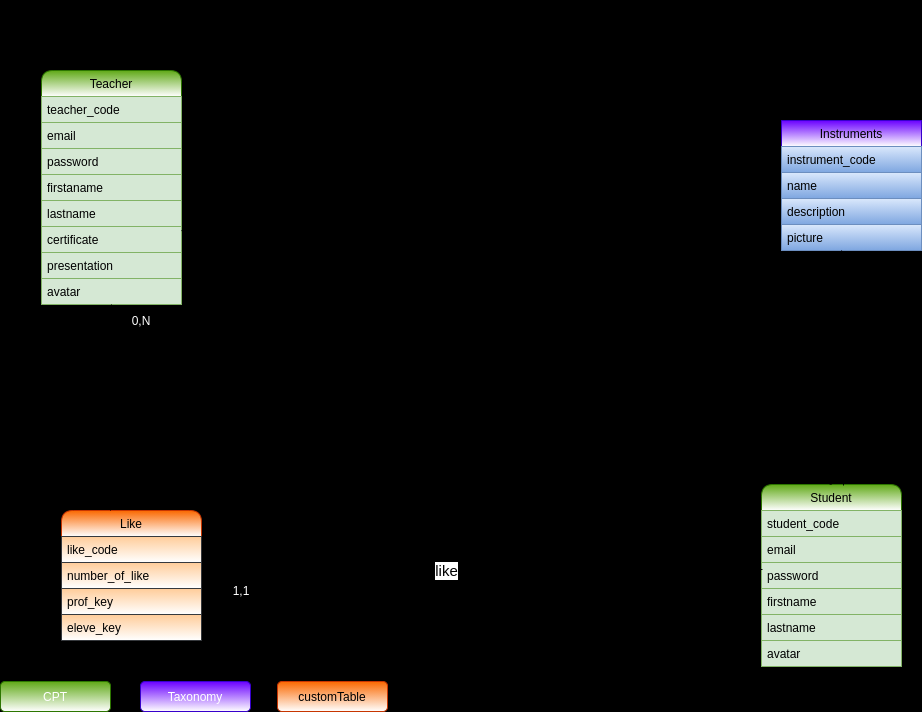
Earlier version of the draw.io export _documentation/mcd.drawio.png (Brewalan74/InstrumentalForMe). Source tidied: cells renumbered, new cells last; positions are measured from the earlier drawing's top-left corner, leaving out a move shared by most shapes.
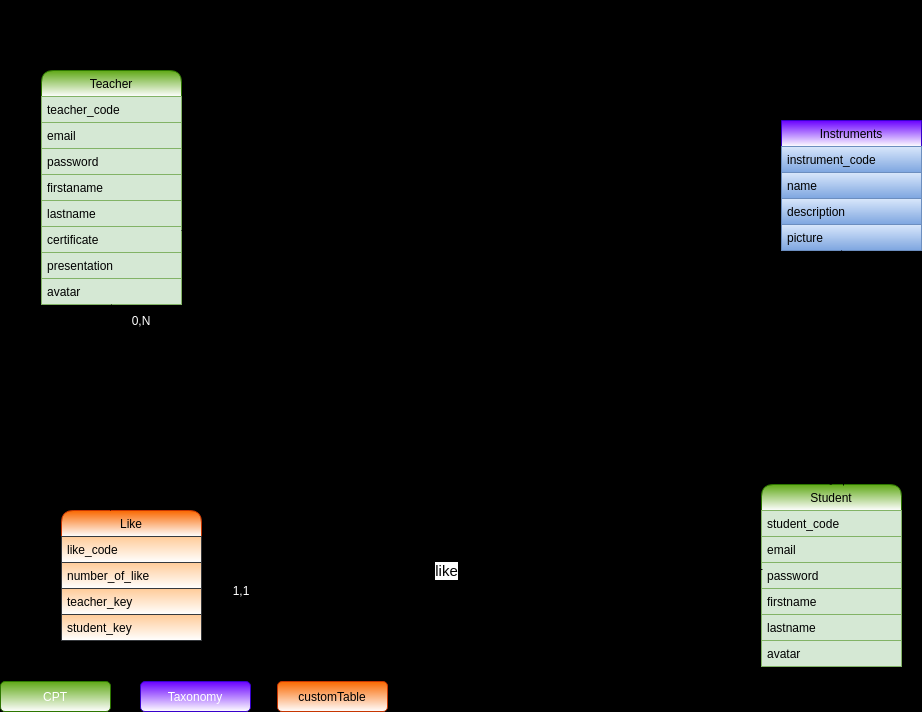
The same diagram one commit later.

Diff of the diagram source:
```diff
@@ -115,10 +115,10 @@
     <mxCell id="38" value="number_of_like" style="text;strokeColor=#36393d;fillColor=#ffcc99;align=left;verticalAlign=top;spacingLeft=4;spacingRight=4;overflow=hidden;points=[[0,0.5],[1,0.5]];portConstraint=eastwest;fontColor=#000000;gradientColor=#ffffff;" parent="36" vertex="1">
       <mxGeometry y="52" width="140" height="26" as="geometry" />
     </mxCell>
-    <mxCell id="39" value="prof_key" style="text;strokeColor=#36393d;fillColor=#ffcc99;align=left;verticalAlign=top;spacingLeft=4;spacingRight=4;overflow=hidden;fontColor=#000000;gradientColor=#ffffff;" parent="36" vertex="1">
+    <mxCell id="39" value="teacher_key" style="text;strokeColor=#36393d;fillColor=#ffcc99;align=left;verticalAlign=top;spacingLeft=4;spacingRight=4;overflow=hidden;fontColor=#000000;gradientColor=#ffffff;" parent="36" vertex="1">
       <mxGeometry y="78" width="140" height="26" as="geometry" />
     </mxCell>
-    <mxCell id="40" value="eleve_key" style="text;strokeColor=#36393d;fillColor=#ffcc99;align=left;verticalAlign=top;spacingLeft=4;spacingRight=4;overflow=hidden;fontColor=#000000;gradientColor=#ffffff;" parent="36" vertex="1">
+    <mxCell id="40" value="student_key" style="text;strokeColor=#36393d;fillColor=#ffcc99;align=left;verticalAlign=top;spacingLeft=4;spacingRight=4;overflow=hidden;fontColor=#000000;gradientColor=#ffffff;" parent="36" vertex="1">
       <mxGeometry y="104" width="140" height="26" as="geometry" />
     </mxCell>
     <mxCell id="41" value="0,1" style="text;html=1;strokeColor=none;fillColor=none;align=center;verticalAlign=middle;whiteSpace=wrap;rounded=0;" parent="1" vertex="1">
```
